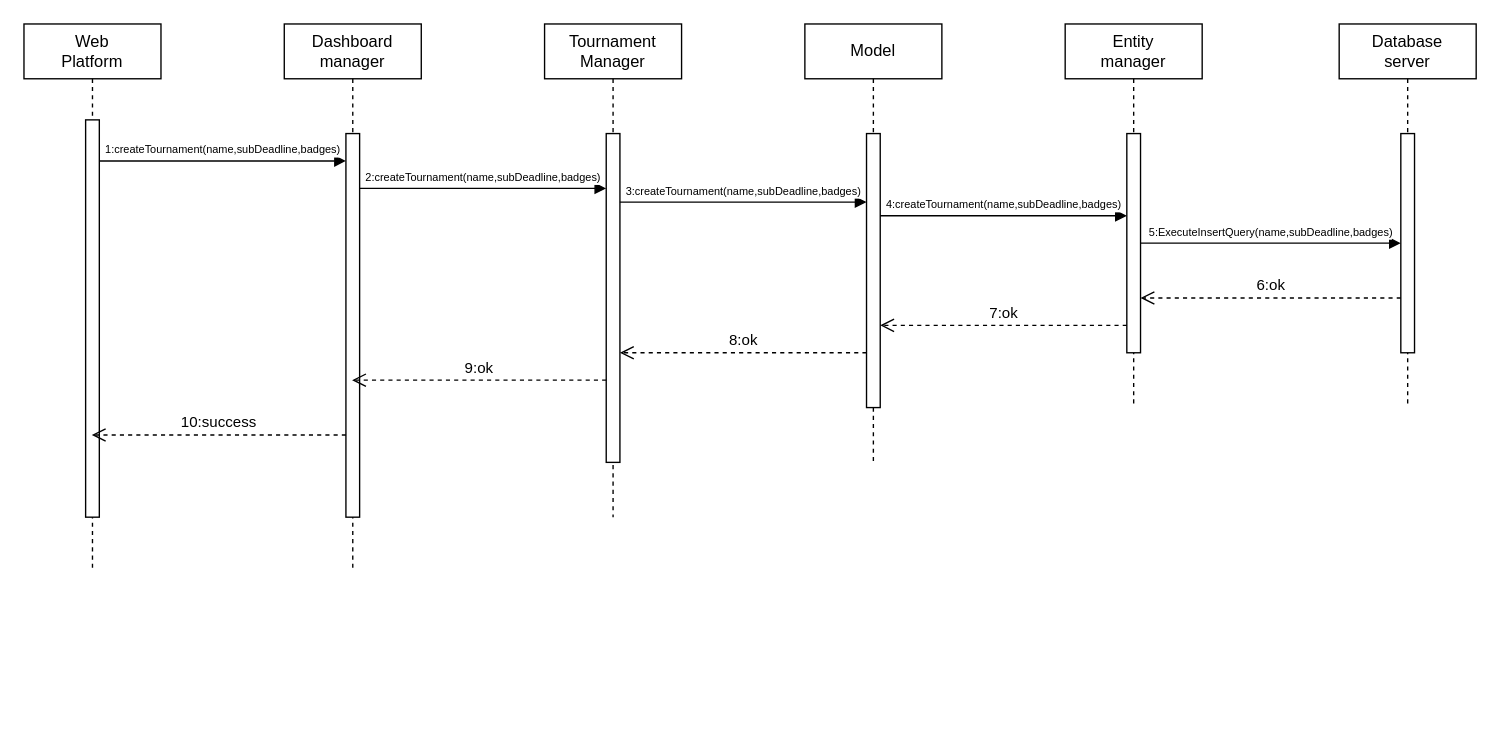
Earlier version of the draw.io diagram page "TournamentCreation" (3 of 18) of diagrams/Runtime diagrams/RuntimeDiagrams.drawio (mttcrn/software-engineering-II-project). Source tidied: cells renumbered, new cells numbered last; positions are measured from the earlier drawing's top-left corner, leaving out a move shared by most shapes. Both pictures are drawn from the tidied source at 137%, with x=0, y=0 at pixel (23, 23).
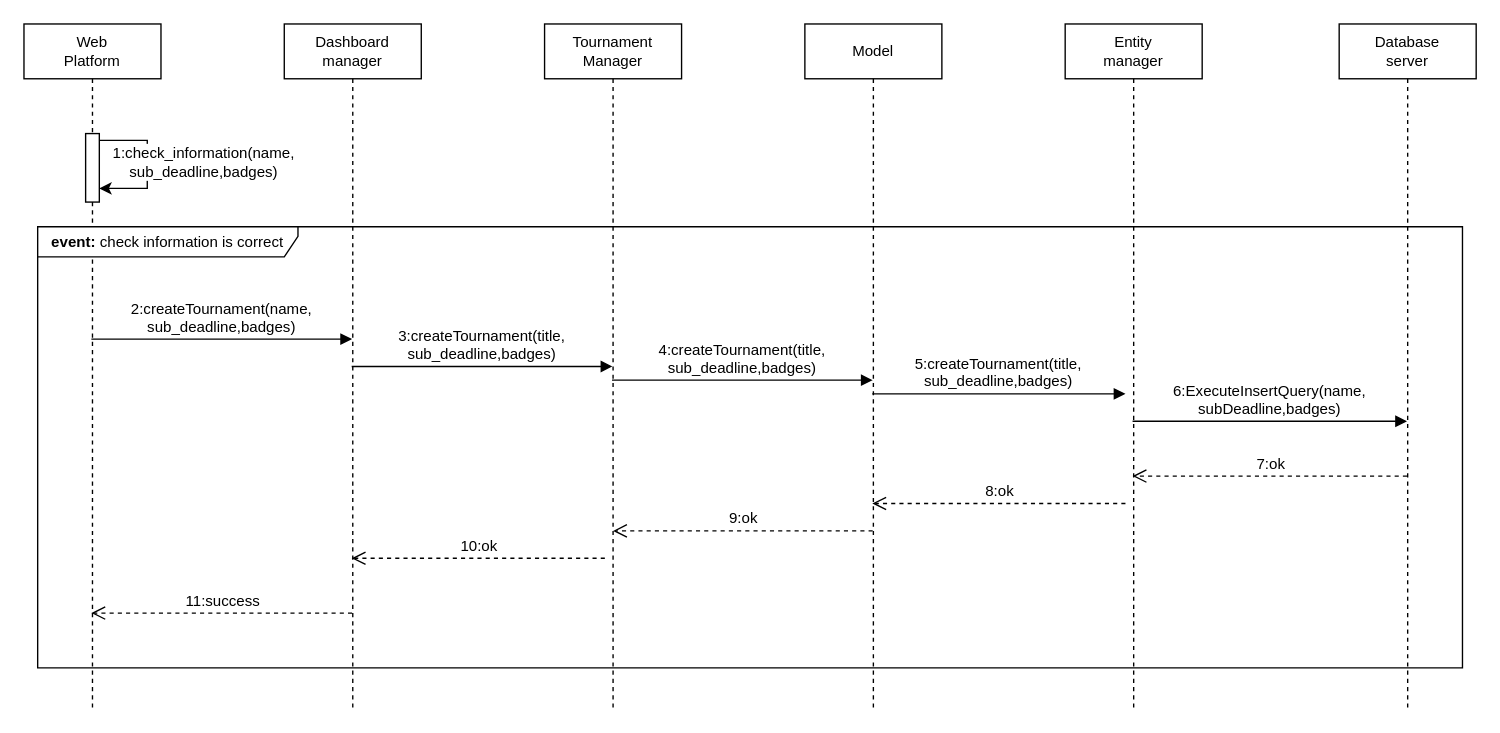
The same diagram, later.

Diff of the diagram source:
```diff
@@
-    <mxCell id="2" value="Web&lt;br&gt;Platform" style="shape=umlLifeline;perimeter=lifelinePerimeter;whiteSpace=wrap;html=1;outlineConnect=0;portConstraint=eastwest;newEdgeStyle={&quot;curved&quot;:0,&quot;rounded&quot;:0};" parent="1" vertex="1">
-      <mxGeometry width="100" height="400" as="geometry" />
+    <mxCell id="2" value="Web&lt;br style=&quot;font-size: 11px;&quot;&gt;Platform" style="shape=umlLifeline;perimeter=lifelinePerimeter;whiteSpace=wrap;html=1;outlineConnect=0;portConstraint=eastwest;newEdgeStyle={&quot;curved&quot;:0,&quot;rounded&quot;:0};fontSize=11;" parent="1" vertex="1">
+      <mxGeometry width="100" height="500" as="geometry" />
     </mxCell>
-    <mxCell id="3" style="html=1;points=[[0,0,0,0,5],[0,1,0,0,-5],[1,0,0,0,5],[1,1,0,0,-5]];perimeter=orthogonalPerimeter;outlineConnect=0;targetShapes=umlLifeline;portConstraint=eastwest;newEdgeStyle={&quot;curved&quot;:0,&quot;rounded&quot;:0};" parent="2" vertex="1">
-      <mxGeometry x="45" y="70" width="10" height="290" as="geometry" />
+    <mxCell id="3" style="html=1;points=[[0,0,0,0,5],[0,1,0,0,-5],[1,0,0,0,5],[1,1,0,0,-5]];perimeter=orthogonalPerimeter;outlineConnect=0;targetShapes=umlLifeline;portConstraint=eastwest;newEdgeStyle={&quot;curved&quot;:0,&quot;rounded&quot;:0};fontSize=11;" parent="2" vertex="1">
+      <mxGeometry x="45" y="80" width="10" height="50" as="geometry" />
     </mxCell>
+    <mxCell id="24" style="edgeStyle=orthogonalEdgeStyle;rounded=0;orthogonalLoop=1;jettySize=auto;html=1;curved=0;exitX=1;exitY=0;exitDx=0;exitDy=5;exitPerimeter=0;" parent="2" edge="1" source="3" target="3">
+      <mxGeometry relative="1" as="geometry">
+        <Array as="points">
+          <mxPoint x="90" y="85" />
+          <mxPoint x="90" y="120" />
+        </Array>
+      </mxGeometry>
+    </mxCell>
+    <mxCell id="25" value="1:check_information(name,&lt;br style=&quot;border-color: var(--border-color);&quot;&gt;sub_deadline,badges)" style="edgeLabel;html=1;align=center;verticalAlign=middle;" parent="24" vertex="1">
+      <mxGeometry x="-0.04" y="-2" relative="1" as="geometry">
+        <mxPoint x="42" as="offset" />
+      </mxGeometry>
+    </mxCell>
-    <mxCell id="4" value="Dashboard&lt;br&gt;manager" style="shape=umlLifeline;perimeter=lifelinePerimeter;whiteSpace=wrap;html=1;outlineConnect=0;portConstraint=eastwest;newEdgeStyle={&quot;curved&quot;:0,&quot;rounded&quot;:0};" parent="1" vertex="1">
-      <mxGeometry x="190" width="100" height="400" as="geometry" />
+    <mxCell id="4" value="Dashboard&lt;br style=&quot;font-size: 11px;&quot;&gt;manager" style="shape=umlLifeline;perimeter=lifelinePerimeter;whiteSpace=wrap;html=1;outlineConnect=0;portConstraint=eastwest;newEdgeStyle={&quot;curved&quot;:0,&quot;rounded&quot;:0};fontSize=11;" parent="1" vertex="1">
+      <mxGeometry x="190" width="100" height="500" as="geometry" />
     </mxCell>
-    <mxCell id="5" style="html=1;points=[[0,0,0,0,5],[0,1,0,0,-5],[1,0,0,0,5],[1,1,0,0,-5]];perimeter=orthogonalPerimeter;outlineConnect=0;targetShapes=umlLifeline;portConstraint=eastwest;newEdgeStyle={&quot;curved&quot;:0,&quot;rounded&quot;:0};" parent="4" vertex="1">
-      <mxGeometry x="45" y="80" width="10" height="280" as="geometry" />
-    </mxCell>
-    <mxCell id="6" value="Entity&lt;br&gt;manager" style="shape=umlLifeline;perimeter=lifelinePerimeter;whiteSpace=wrap;html=1;newEdgeStyle={&quot;curved&quot;:0,&quot;rounded&quot;:0};" parent="1" vertex="1">
-      <mxGeometry x="760" width="100" height="280" as="geometry" />
+    <mxCell id="6" value="Entity&lt;br style=&quot;font-size: 11px;&quot;&gt;manager" style="shape=umlLifeline;perimeter=lifelinePerimeter;whiteSpace=wrap;html=1;newEdgeStyle={&quot;curved&quot;:0,&quot;rounded&quot;:0};fontSize=11;" parent="1" vertex="1">
+      <mxGeometry x="760" width="100" height="500" as="geometry" />
     </mxCell>
-    <mxCell id="7" style="html=1;points=[[0,0,0,0,5],[0,1,0,0,-5],[1,0,0,0,5],[1,1,0,0,-5]];perimeter=orthogonalPerimeter;outlineConnect=0;targetShapes=umlLifeline;portConstraint=eastwest;newEdgeStyle={&quot;curved&quot;:0,&quot;rounded&quot;:0};" parent="6" vertex="1">
-      <mxGeometry x="45" y="80" width="10" height="160" as="geometry" />
-    </mxCell>
-    <mxCell id="8" value="Model" style="shape=umlLifeline;perimeter=lifelinePerimeter;whiteSpace=wrap;html=1;newEdgeStyle={&quot;curved&quot;:0,&quot;rounded&quot;:0};" parent="1" vertex="1">
-      <mxGeometry x="570" width="100" height="320" as="geometry" />
+    <mxCell id="8" value="Model" style="shape=umlLifeline;perimeter=lifelinePerimeter;whiteSpace=wrap;html=1;newEdgeStyle={&quot;curved&quot;:0,&quot;rounded&quot;:0};fontSize=11;" parent="1" vertex="1">
+      <mxGeometry x="570" width="100" height="500" as="geometry" />
     </mxCell>
-    <mxCell id="9" style="html=1;points=[[0,0,0,0,5],[0,1,0,0,-5],[1,0,0,0,5],[1,1,0,0,-5]];perimeter=orthogonalPerimeter;outlineConnect=0;targetShapes=umlLifeline;portConstraint=eastwest;newEdgeStyle={&quot;curved&quot;:0,&quot;rounded&quot;:0};" parent="8" vertex="1">
-      <mxGeometry x="45" y="80" width="10" height="200" as="geometry" />
-    </mxCell>
-    <mxCell id="10" value="Tournament&lt;br&gt;Manager" style="shape=umlLifeline;perimeter=lifelinePerimeter;whiteSpace=wrap;html=1;newEdgeStyle={&quot;curved&quot;:0,&quot;rounded&quot;:0};" parent="1" vertex="1">
-      <mxGeometry x="380" width="100" height="360" as="geometry" />
+    <mxCell id="10" value="Tournament&lt;br style=&quot;font-size: 11px;&quot;&gt;Manager" style="shape=umlLifeline;perimeter=lifelinePerimeter;whiteSpace=wrap;html=1;newEdgeStyle={&quot;curved&quot;:0,&quot;rounded&quot;:0};fontSize=11;" parent="1" vertex="1">
+      <mxGeometry x="380" width="100" height="500" as="geometry" />
     </mxCell>
-    <mxCell id="11" style="html=1;points=[[0,0,0,0,5],[0,1,0,0,-5],[1,0,0,0,5],[1,1,0,0,-5]];perimeter=orthogonalPerimeter;outlineConnect=0;targetShapes=umlLifeline;portConstraint=eastwest;newEdgeStyle={&quot;curved&quot;:0,&quot;rounded&quot;:0};" parent="10" vertex="1">
-      <mxGeometry x="45" y="80" width="10" height="240" as="geometry" />
-    </mxCell>
-    <mxCell id="12" value="Database&lt;br&gt;server" style="shape=umlLifeline;perimeter=lifelinePerimeter;whiteSpace=wrap;html=1;newEdgeStyle={&quot;curved&quot;:0,&quot;rounded&quot;:0};" parent="1" vertex="1">
-      <mxGeometry x="960" width="100" height="280" as="geometry" />
+    <mxCell id="12" value="Database&lt;br style=&quot;font-size: 11px;&quot;&gt;server" style="shape=umlLifeline;perimeter=lifelinePerimeter;whiteSpace=wrap;html=1;newEdgeStyle={&quot;curved&quot;:0,&quot;rounded&quot;:0};fontSize=11;" parent="1" vertex="1">
+      <mxGeometry x="960" width="100" height="500" as="geometry" />
     </mxCell>
-    <mxCell id="13" style="html=1;points=[[0,0,0,0,5],[0,1,0,0,-5],[1,0,0,0,5],[1,1,0,0,-5]];perimeter=orthogonalPerimeter;outlineConnect=0;targetShapes=umlLifeline;portConstraint=eastwest;newEdgeStyle={&quot;curved&quot;:0,&quot;rounded&quot;:0};" parent="12" vertex="1">
-      <mxGeometry x="45" y="80" width="10" height="160" as="geometry" />
-    </mxCell>
-    <mxCell id="14" value="&lt;font style=&quot;font-size: 8px;&quot;&gt;1:createTournament(name,subDeadline,badges)&lt;/font&gt;" style="html=1;verticalAlign=bottom;endArrow=block;curved=0;rounded=0;" parent="1" edge="1" source="3" target="5">
+    <mxCell id="14" value="&lt;font style=&quot;font-size: 11px;&quot;&gt;2:createTournament(name,&lt;br&gt;sub_deadline,badges)&lt;/font&gt;" style="html=1;verticalAlign=bottom;endArrow=block;curved=0;rounded=0;fontSize=11;" parent="1" edge="1">
       <mxGeometry relative="1" as="geometry">
+        <mxPoint x="49.2" y="230" as="sourcePoint" />
+        <mxPoint x="239.5" y="230" as="targetPoint" />
         <Array as="points">
-          <mxPoint x="180" y="100" />
+          <mxPoint x="180" y="230" />
         </Array>
       </mxGeometry>
     </mxCell>
-    <mxCell id="15" value="&lt;font style=&quot;font-size: 8px;&quot;&gt;2:createTournament(name,subDeadline,badges)&lt;/font&gt;" style="html=1;verticalAlign=bottom;endArrow=block;curved=0;rounded=0;" parent="1" edge="1" source="5" target="11">
+    <mxCell id="15" value="&lt;font style=&quot;font-size: 11px;&quot;&gt;3:createTournament(title,&lt;br&gt;sub_deadline,badges)&lt;/font&gt;" style="html=1;verticalAlign=bottom;endArrow=block;curved=0;rounded=0;fontSize=11;" parent="1" edge="1">
       <mxGeometry relative="1" as="geometry">
+        <mxPoint x="239.2" y="250" as="sourcePoint" />
+        <mxPoint x="429.5" y="250" as="targetPoint" />
         <Array as="points">
-          <mxPoint x="330" y="120" />
+          <mxPoint x="329" y="250" />
         </Array>
       </mxGeometry>
     </mxCell>
-    <mxCell id="16" value="&lt;font style=&quot;font-size: 8px;&quot;&gt;3:createTournament(name,subDeadline,badges)&lt;/font&gt;" style="html=1;verticalAlign=bottom;endArrow=block;curved=0;rounded=0;" parent="1" edge="1" source="11" target="9">
+    <mxCell id="16" value="&lt;font style=&quot;font-size: 11px;&quot;&gt;4:createTournament(title,&lt;br&gt;sub_deadline,badges)&lt;/font&gt;" style="html=1;verticalAlign=bottom;endArrow=block;curved=0;rounded=0;fontSize=11;" parent="1" edge="1">
       <mxGeometry relative="1" as="geometry">
+        <mxPoint x="429.2" y="260" as="sourcePoint" />
+        <mxPoint x="619.5" y="260" as="targetPoint" />
         <Array as="points">
-          <mxPoint x="540" y="130" />
+          <mxPoint x="539" y="260" />
         </Array>
       </mxGeometry>
     </mxCell>
-    <mxCell id="17" value="&lt;font style=&quot;font-size: 8px;&quot;&gt;4:createTournament(name,subDeadline,badges)&lt;/font&gt;" style="html=1;verticalAlign=bottom;endArrow=block;curved=0;rounded=0;" parent="1" edge="1" source="9" target="7">
+    <mxCell id="17" value="&lt;font style=&quot;font-size: 11px;&quot;&gt;5:createTournament(title,&lt;br&gt;sub_deadline,badges)&lt;/font&gt;" style="html=1;verticalAlign=bottom;endArrow=block;curved=0;rounded=0;fontSize=11;" parent="1" edge="1">
       <mxGeometry relative="1" as="geometry">
+        <mxPoint x="619.2" y="270" as="sourcePoint" />
+        <mxPoint x="804" y="270" as="targetPoint" />
         <Array as="points">
-          <mxPoint x="720" y="140" />
+          <mxPoint x="719" y="270" />
         </Array>
       </mxGeometry>
     </mxCell>
-    <mxCell id="18" value="&lt;font style=&quot;font-size: 8px;&quot;&gt;5:ExecuteInsertQuery(name,subDeadline,badges)&lt;/font&gt;" style="html=1;verticalAlign=bottom;endArrow=block;curved=0;rounded=0;" parent="1" edge="1" source="7" target="13">
+    <mxCell id="18" value="&lt;font style=&quot;font-size: 11px;&quot;&gt;6:ExecuteInsertQuery(name,&lt;br&gt;subDeadline,badges)&lt;/font&gt;" style="html=1;verticalAlign=bottom;endArrow=block;curved=0;rounded=0;fontSize=11;" parent="1" edge="1">
       <mxGeometry relative="1" as="geometry">
+        <mxPoint x="809.2" y="290" as="sourcePoint" />
+        <mxPoint x="1009.5" y="290" as="targetPoint" />
         <Array as="points">
-          <mxPoint x="910" y="160" />
+          <mxPoint x="909" y="290" />
         </Array>
       </mxGeometry>
     </mxCell>
-    <mxCell id="19" value="6:ok" style="html=1;verticalAlign=bottom;endArrow=open;dashed=1;endSize=8;curved=0;rounded=0;" parent="1" edge="1" source="13" target="7">
+    <mxCell id="19" value="7:ok" style="html=1;verticalAlign=bottom;endArrow=open;dashed=1;endSize=8;curved=0;rounded=0;fontSize=11;" parent="1" edge="1">
       <mxGeometry relative="1" as="geometry">
+        <mxPoint x="1009.5" y="330" as="sourcePoint" />
+        <mxPoint x="809.2" y="330" as="targetPoint" />
         <Array as="points">
-          <mxPoint x="910" y="200" />
+          <mxPoint x="909" y="330" />
         </Array>
       </mxGeometry>
     </mxCell>
-    <mxCell id="20" value="7:ok" style="html=1;verticalAlign=bottom;endArrow=open;dashed=1;endSize=8;curved=0;rounded=0;" parent="1" edge="1" source="7" target="9">
+    <mxCell id="20" value="8:ok" style="html=1;verticalAlign=bottom;endArrow=open;dashed=1;endSize=8;curved=0;rounded=0;fontSize=11;" parent="1" edge="1">
       <mxGeometry relative="1" as="geometry">
+        <mxPoint x="804" y="350" as="sourcePoint" />
+        <mxPoint x="619.2" y="350" as="targetPoint" />
         <Array as="points">
-          <mxPoint x="710" y="220" />
+          <mxPoint x="709" y="350" />
         </Array>
       </mxGeometry>
     </mxCell>
-    <mxCell id="21" value="8:ok" style="html=1;verticalAlign=bottom;endArrow=open;dashed=1;endSize=8;curved=0;rounded=0;" parent="1" edge="1" source="9" target="11">
+    <mxCell id="21" value="9:ok" style="html=1;verticalAlign=bottom;endArrow=open;dashed=1;endSize=8;curved=0;rounded=0;fontSize=11;" parent="1" edge="1">
       <mxGeometry relative="1" as="geometry">
+        <mxPoint x="619.5" y="370" as="sourcePoint" />
+        <mxPoint x="430" y="370" as="targetPoint" />
         <Array as="points">
-          <mxPoint x="530" y="240" />
+          <mxPoint x="525" y="370" />
         </Array>
       </mxGeometry>
     </mxCell>
-    <mxCell id="22" value="9:ok" style="html=1;verticalAlign=bottom;endArrow=open;dashed=1;endSize=8;curved=0;rounded=0;" parent="1" edge="1" source="11" target="4">
+    <mxCell id="22" value="10:ok" style="html=1;verticalAlign=bottom;endArrow=open;dashed=1;endSize=8;curved=0;rounded=0;fontSize=11;" parent="1" edge="1">
       <mxGeometry relative="1" as="geometry">
+        <mxPoint x="424" y="390" as="sourcePoint" />
+        <mxPoint x="239.2" y="390" as="targetPoint" />
         <Array as="points">
-          <mxPoint x="330" y="260" />
+          <mxPoint x="329" y="390" />
         </Array>
       </mxGeometry>
     </mxCell>
-    <mxCell id="23" value="10:success" style="html=1;verticalAlign=bottom;endArrow=open;dashed=1;endSize=8;curved=0;rounded=0;" parent="1" edge="1" source="5" target="2">
+    <mxCell id="23" value="11:success" style="html=1;verticalAlign=bottom;endArrow=open;dashed=1;endSize=8;curved=0;rounded=0;fontSize=11;" parent="1" edge="1">
       <mxGeometry relative="1" as="geometry">
+        <mxPoint x="239.5" y="430" as="sourcePoint" />
+        <mxPoint x="49.2" y="430" as="targetPoint" />
         <Array as="points">
-          <mxPoint x="140" y="300" />
+          <mxPoint x="140" y="430" />
         </Array>
       </mxGeometry>
     </mxCell>
+    <mxCell id="26" value="&lt;b&gt;event: &lt;/b&gt;check information is correct" style="shape=umlFrame;whiteSpace=wrap;html=1;fontSize=11;width=190;height=22;" parent="1" vertex="1">
+      <mxGeometry x="10" y="148" width="1040" height="322" as="geometry" />
+    </mxCell>
```
